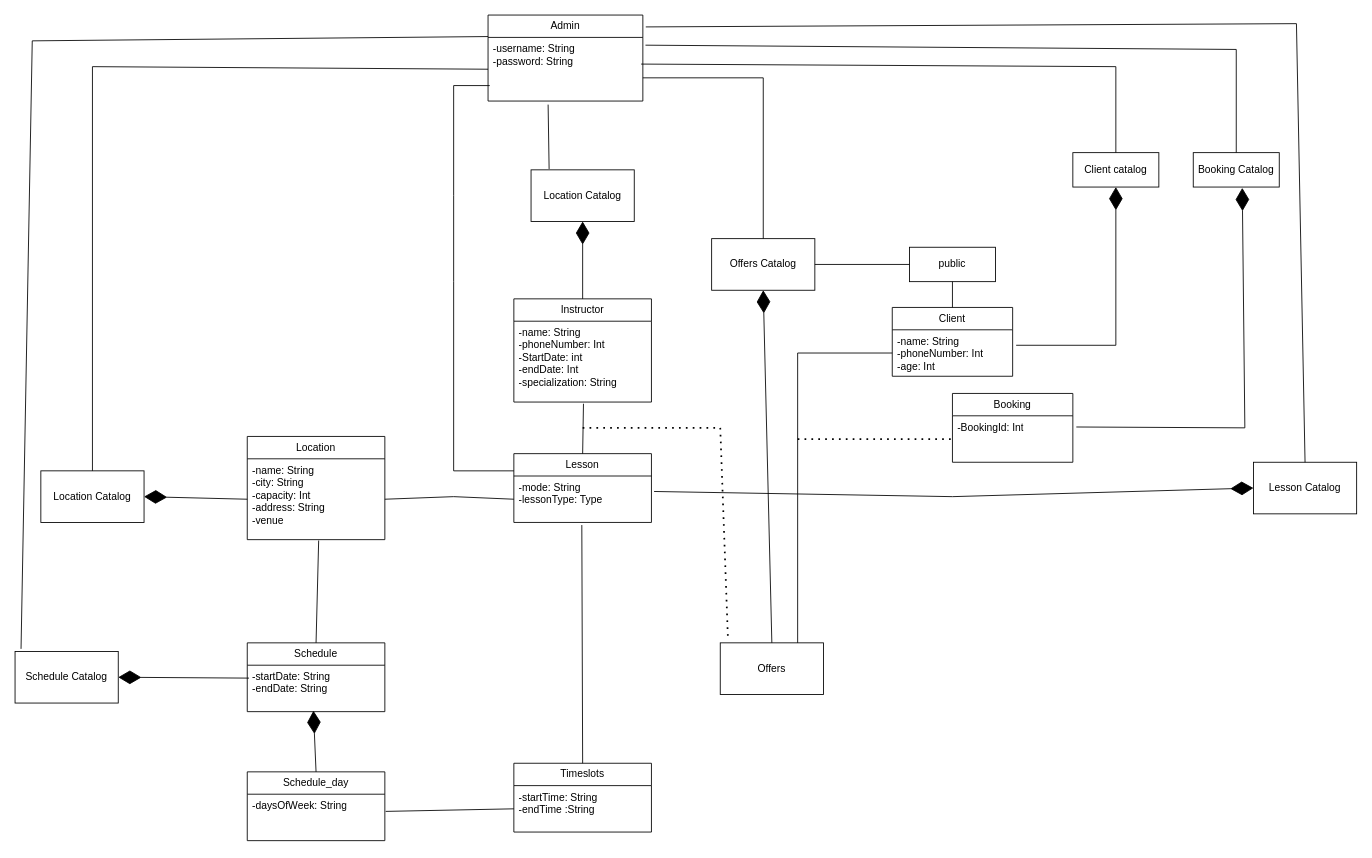
Above: Diagrams/ClassDiagram.drawio in JeremyCrete/Soen342-JeremyCrete-DominicEmond (draw.io), before the change. Source tidied: cells renumbered, new cells numbered last; positions are measured from the earlier drawing's top-left corner, leaving out a move shared by most shapes. Both pictures are drawn from the tidied source at 86%, with x=0, y=0 at pixel (15, 15).
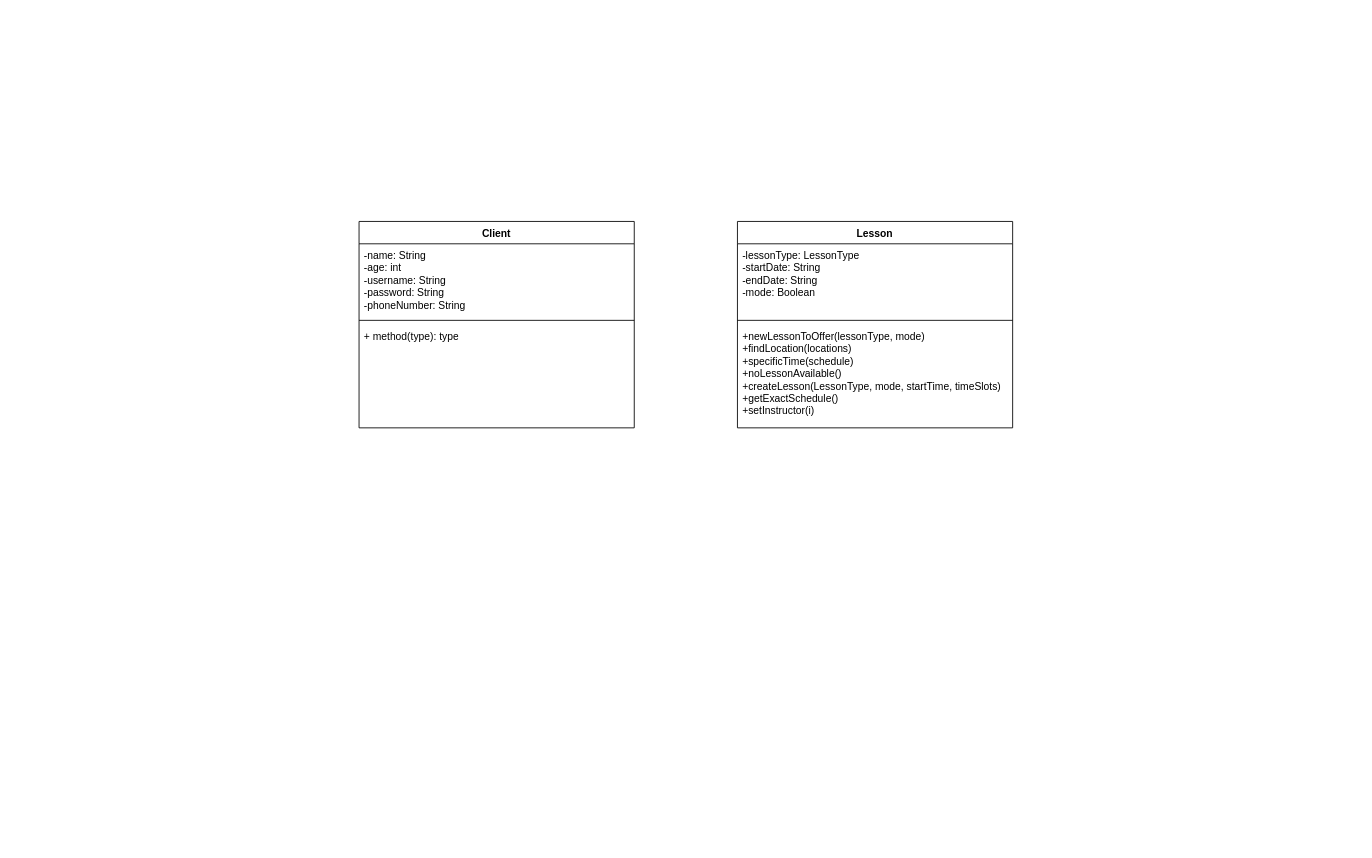
The same page after the edit.

The edit, as a diff of the source:
```diff
@@
-    <mxCell id="2" value="Admin" style="swimlane;fontStyle=0;horizontal=1;startSize=26;fillColor=none;whiteSpace=wrap;html=1;" parent="1" vertex="1">
-      <mxGeometry x="550" width="180" height="100" as="geometry" />
-    </mxCell>
-    <mxCell id="3" value="-username: String&lt;div&gt;-password: String&lt;/div&gt;" style="text;strokeColor=none;fillColor=none;align=left;verticalAlign=top;spacingLeft=4;spacingRight=4;overflow=hidden;points=[[0,0.5],[1,0.5]];portConstraint=eastwest;whiteSpace=wrap;html=1;" parent="2" vertex="1">
-      <mxGeometry y="26" width="180" height="74" as="geometry" />
-    </mxCell>
-    <mxCell id="4" value="Instructor" style="swimlane;fontStyle=0;horizontal=1;startSize=26;fillColor=none;whiteSpace=wrap;html=1;" parent="1" vertex="1">
-      <mxGeometry x="580" y="330" width="160" height="120" as="geometry" />
-    </mxCell>
-    <mxCell id="5" value="-name: String&lt;div&gt;-phoneNumber: Int&lt;/div&gt;&lt;div&gt;-StartDate: int&lt;/div&gt;&lt;div&gt;-endDate: Int&lt;/div&gt;&lt;div&gt;-specialization: String&lt;/div&gt;" style="text;strokeColor=none;fillColor=none;align=left;verticalAlign=top;spacingLeft=4;spacingRight=4;overflow=hidden;points=[[0,0.5],[1,0.5]];portConstraint=eastwest;whiteSpace=wrap;html=1;" parent="4" vertex="1">
-      <mxGeometry y="26" width="160" height="94" as="geometry" />
-    </mxCell>
+    <mxCell id="32" value="Client" style="swimlane;fontStyle=1;align=center;verticalAlign=top;horizontal=1;startSize=26;whiteSpace=wrap;html=1;" parent="1" vertex="1">
+      <mxGeometry x="400" y="240" width="320" height="240" as="geometry" />
+    </mxCell>
+    <mxCell id="55" value="-name: String&lt;div&gt;-age: int&lt;/div&gt;&lt;div&gt;-username: String&lt;/div&gt;&lt;div&gt;-password: String&lt;/div&gt;&lt;div&gt;-phoneNumber: String&lt;/div&gt;" style="text;strokeColor=none;fillColor=none;align=left;verticalAlign=top;spacingLeft=4;spacingRight=4;overflow=hidden;whiteSpace=wrap;html=1;" parent="32" vertex="1">
+      <mxGeometry y="26" width="320" height="84" as="geometry" />
+    </mxCell>
+    <mxCell id="56" style="line;strokeWidth=1;fillColor=none;align=left;verticalAlign=middle;spacingTop=-1;spacingLeft=3;spacingRight=3;labelPosition=right;strokeColor=inherit;" parent="32" vertex="1">
+      <mxGeometry y="110" width="320" height="10" as="geometry" />
+    </mxCell>
+    <mxCell id="57" value="+ method(type): type" style="text;strokeColor=none;fillColor=none;align=left;verticalAlign=top;spacingLeft=4;spacingRight=4;overflow=hidden;whiteSpace=wrap;html=1;" parent="32" vertex="1">
+      <mxGeometry y="120" width="320" height="120" as="geometry" />
+    </mxCell>
-    <mxCell id="6" value="Lesson" style="swimlane;fontStyle=0;horizontal=1;startSize=26;fillColor=none;whiteSpace=wrap;html=1;" parent="1" vertex="1">
-      <mxGeometry x="580" y="510" width="160" height="80" as="geometry" />
+    <mxCell id="6" value="Lesson" style="swimlane;fontStyle=1;align=center;verticalAlign=top;horizontal=1;startSize=26;whiteSpace=wrap;html=1;" parent="1" vertex="1">
+      <mxGeometry x="840" y="240" width="320" height="240" as="geometry" />
     </mxCell>
-    <mxCell id="7" value="-mode: String&lt;div&gt;-lessonType: Type&lt;/div&gt;" style="text;strokeColor=none;fillColor=none;align=left;verticalAlign=top;spacingLeft=4;spacingRight=4;overflow=hidden;points=[[0,0.5],[1,0.5]];portConstraint=eastwest;whiteSpace=wrap;html=1;" parent="6" vertex="1">
-      <mxGeometry y="26" width="160" height="54" as="geometry" />
-    </mxCell>
-    <mxCell id="8" value="Location" style="swimlane;fontStyle=0;horizontal=1;startSize=26;fillColor=none;whiteSpace=wrap;html=1;" parent="1" vertex="1">
-      <mxGeometry x="270" y="490" width="160" height="120" as="geometry" />
-    </mxCell>
-    <mxCell id="9" value="-name: String&lt;div&gt;-city: String&lt;/div&gt;&lt;div&gt;-capacity: Int&lt;/div&gt;&lt;div&gt;-address: String&lt;/div&gt;&lt;div&gt;-venue&lt;/div&gt;" style="text;strokeColor=none;fillColor=none;align=left;verticalAlign=top;spacingLeft=4;spacingRight=4;overflow=hidden;points=[[0,0.5],[1,0.5]];portConstraint=eastwest;whiteSpace=wrap;html=1;" parent="8" vertex="1">
-      <mxGeometry y="26" width="160" height="94" as="geometry" />
-    </mxCell>
-    <mxCell id="10" value="Schedule" style="swimlane;fontStyle=0;horizontal=1;startSize=26;fillColor=none;whiteSpace=wrap;html=1;" parent="1" vertex="1">
-      <mxGeometry x="270" y="730" width="160" height="80" as="geometry" />
-    </mxCell>
-    <mxCell id="11" value="-startDate: String&lt;div&gt;-endDate: String&lt;/div&gt;" style="text;strokeColor=none;fillColor=none;align=left;verticalAlign=top;spacingLeft=4;spacingRight=4;overflow=hidden;points=[[0,0.5],[1,0.5]];portConstraint=eastwest;whiteSpace=wrap;html=1;" parent="10" vertex="1">
-      <mxGeometry y="26" width="160" height="54" as="geometry" />
-    </mxCell>
-    <mxCell id="12" value="Schedule Catalog" style="rounded=0;whiteSpace=wrap;html=1;" parent="1" vertex="1">
-      <mxGeometry y="740" width="120" height="60" as="geometry" />
-    </mxCell>
-    <mxCell id="13" value="Schedule_day" style="swimlane;fontStyle=0;horizontal=1;startSize=26;fillColor=none;whiteSpace=wrap;html=1;" parent="1" vertex="1">
-      <mxGeometry x="270" y="880" width="160" height="80" as="geometry" />
-    </mxCell>
-    <mxCell id="14" value="-daysOfWeek: String" style="text;strokeColor=none;fillColor=none;align=left;verticalAlign=top;spacingLeft=4;spacingRight=4;overflow=hidden;points=[[0,0.5],[1,0.5]];portConstraint=eastwest;whiteSpace=wrap;html=1;" parent="13" vertex="1">
-      <mxGeometry y="26" width="160" height="54" as="geometry" />
-    </mxCell>
-    <mxCell id="15" value="Timeslots" style="swimlane;fontStyle=0;horizontal=1;startSize=26;fillColor=none;whiteSpace=wrap;html=1;" parent="1" vertex="1">
-      <mxGeometry x="580" y="870" width="160" height="80" as="geometry" />
-    </mxCell>
-    <mxCell id="16" value="-startTime: String&lt;div&gt;-endTime :String&lt;/div&gt;" style="text;strokeColor=none;fillColor=none;align=left;verticalAlign=top;spacingLeft=4;spacingRight=4;overflow=hidden;points=[[0,0.5],[1,0.5]];portConstraint=eastwest;whiteSpace=wrap;html=1;" parent="15" vertex="1">
-      <mxGeometry y="26" width="160" height="54" as="geometry" />
-    </mxCell>
-    <mxCell id="17" value="Location Catalog" style="rounded=0;whiteSpace=wrap;html=1;" parent="1" vertex="1">
-      <mxGeometry x="30" y="530" width="120" height="60" as="geometry" />
-    </mxCell>
-    <mxCell id="18" style="endArrow=none;html=1;rounded=0;entryX=0;entryY=0.5;entryDx=0;entryDy=0;exitX=0.5;exitY=0;exitDx=0;exitDy=0;" parent="1" edge="1" source="17" target="3">
-      <mxGeometry relative="1" as="geometry">
-        <Array as="points">
-          <mxPoint x="90" y="60" />
-        </Array>
-      </mxGeometry>
-    </mxCell>
-    <mxCell id="19" style="endArrow=diamondThin;endFill=1;endSize=24;html=1;rounded=0;entryX=1;entryY=0.5;entryDx=0;entryDy=0;exitX=0;exitY=0.5;exitDx=0;exitDy=0;" parent="1" edge="1" source="9" target="17">
-      <mxGeometry relative="1" as="geometry" />
-    </mxCell>
-    <mxCell id="20" style="endArrow=none;html=1;rounded=0;entryX=0.519;entryY=1.011;entryDx=0;entryDy=0;entryPerimeter=0;exitX=0.5;exitY=0;exitDx=0;exitDy=0;" parent="1" edge="1" source="10" target="9">
-      <mxGeometry relative="1" as="geometry" />
-    </mxCell>
-    <mxCell id="21" style="endArrow=none;html=1;rounded=0;exitX=0.058;exitY=-0.05;exitDx=0;exitDy=0;exitPerimeter=0;entryX=0;entryY=0.25;entryDx=0;entryDy=0;" parent="1" edge="1" source="12" target="2">
-      <mxGeometry relative="1" as="geometry">
-        <Array as="points">
-          <mxPoint x="20" y="30" />
-        </Array>
-      </mxGeometry>
-    </mxCell>
-    <mxCell id="22" style="endArrow=diamondThin;endFill=1;endSize=24;html=1;rounded=0;entryX=1;entryY=0.5;entryDx=0;entryDy=0;exitX=0.013;exitY=0.278;exitDx=0;exitDy=0;exitPerimeter=0;" parent="1" edge="1" source="11" target="12">
-      <mxGeometry relative="1" as="geometry" />
-    </mxCell>
-    <mxCell id="23" value="Lesson Catalog" style="rounded=0;whiteSpace=wrap;html=1;" parent="1" vertex="1">
-      <mxGeometry x="1440" y="520" width="120" height="60" as="geometry" />
-    </mxCell>
-    <mxCell id="24" style="endArrow=none;html=1;rounded=0;entryX=0;entryY=0.5;entryDx=0;entryDy=0;exitX=1;exitY=0.5;exitDx=0;exitDy=0;" parent="1" edge="1" source="9" target="7">
-      <mxGeometry relative="1" as="geometry">
-        <Array as="points">
-          <mxPoint x="510" y="560" />
-        </Array>
-      </mxGeometry>
-    </mxCell>
-    <mxCell id="25" value="Offers" style="rounded=0;whiteSpace=wrap;html=1;" parent="1" vertex="1">
-      <mxGeometry x="820" y="730" width="120" height="60" as="geometry" />
-    </mxCell>
-    <mxCell id="26" value="Offers Catalog" style="rounded=0;whiteSpace=wrap;html=1;" parent="1" vertex="1">
-      <mxGeometry x="810" y="260" width="120" height="60" as="geometry" />
-    </mxCell>
-    <mxCell id="27" style="endArrow=none;dashed=1;html=1;dashPattern=1 3;strokeWidth=2;rounded=0;entryX=0.075;entryY=-0.05;entryDx=0;entryDy=0;entryPerimeter=0;" parent="1" edge="1" target="25">
-      <mxGeometry relative="1" as="geometry">
-        <mxPoint x="660" y="480" as="sourcePoint" />
-        <Array as="points">
-          <mxPoint x="820" y="480" />
-        </Array>
-      </mxGeometry>
-    </mxCell>
-    <mxCell id="28" style="endArrow=diamondThin;endFill=1;endSize=24;html=1;rounded=0;entryX=0.5;entryY=1;entryDx=0;entryDy=0;exitX=0.5;exitY=0;exitDx=0;exitDy=0;" parent="1" edge="1" source="25" target="26">
-      <mxGeometry relative="1" as="geometry" />
-    </mxCell>
-    <mxCell id="29" style="endArrow=none;html=1;rounded=0;" parent="1" edge="1">
-      <mxGeometry relative="1" as="geometry">
-        <mxPoint x="870" y="260" as="sourcePoint" />
-        <mxPoint x="730" y="73" as="targetPoint" />
-        <Array as="points">
-          <mxPoint x="870" y="73" />
-        </Array>
-      </mxGeometry>
-    </mxCell>
-    <mxCell id="30" style="endArrow=none;html=1;rounded=0;exitX=0.5;exitY=0;exitDx=0;exitDy=0;entryX=1.019;entryY=0.138;entryDx=0;entryDy=0;entryPerimeter=0;" parent="1" edge="1" source="23" target="2">
-      <mxGeometry relative="1" as="geometry">
-        <Array as="points">
-          <mxPoint x="1490" y="10" />
-        </Array>
-      </mxGeometry>
-    </mxCell>
-    <mxCell id="31" style="endArrow=none;html=1;rounded=0;entryX=0.506;entryY=1.021;entryDx=0;entryDy=0;entryPerimeter=0;exitX=0.5;exitY=0;exitDx=0;exitDy=0;" parent="1" edge="1" source="6" target="5">
-      <mxGeometry relative="1" as="geometry" />
-    </mxCell>
-    <mxCell id="32" value="Client" style="swimlane;fontStyle=0;horizontal=1;startSize=26;fillColor=none;whiteSpace=wrap;html=1;" parent="1" vertex="1">
-      <mxGeometry x="1020" y="340" width="140" height="80" as="geometry" />
-    </mxCell>
-    <mxCell id="33" value="-name: String&lt;div&gt;-phoneNumber: Int&lt;/div&gt;&lt;div&gt;-age: Int&lt;/div&gt;" style="text;strokeColor=none;fillColor=none;align=left;verticalAlign=top;spacingLeft=4;spacingRight=4;overflow=hidden;points=[[0,0.5],[1,0.5]];portConstraint=eastwest;whiteSpace=wrap;html=1;" parent="32" vertex="1">
-      <mxGeometry y="26" width="140" height="54" as="geometry" />
-    </mxCell>
-    <mxCell id="34" style="endArrow=none;html=1;rounded=0;exitX=1.006;exitY=0.37;exitDx=0;exitDy=0;exitPerimeter=0;entryX=0;entryY=0.5;entryDx=0;entryDy=0;" parent="1" edge="1" source="14" target="16">
-      <mxGeometry relative="1" as="geometry" />
-    </mxCell>
-    <mxCell id="35" style="endArrow=none;html=1;rounded=0;exitX=0.5;exitY=0;exitDx=0;exitDy=0;entryX=0.494;entryY=1.056;entryDx=0;entryDy=0;entryPerimeter=0;" parent="1" edge="1" source="15" target="7">
-      <mxGeometry relative="1" as="geometry" />
-    </mxCell>
-    <mxCell id="36" style="endArrow=diamondThin;endFill=1;endSize=24;html=1;rounded=0;exitX=0.5;exitY=0;exitDx=0;exitDy=0;entryX=0.481;entryY=0.981;entryDx=0;entryDy=0;entryPerimeter=0;" parent="1" edge="1" source="13" target="11">
-      <mxGeometry relative="1" as="geometry" />
-    </mxCell>
-    <mxCell id="37" value="Location Catalog" style="rounded=0;whiteSpace=wrap;html=1;" parent="1" vertex="1">
-      <mxGeometry x="600" y="180" width="120" height="60" as="geometry" />
-    </mxCell>
-    <mxCell id="38" style="endArrow=diamondThin;endFill=1;endSize=24;html=1;rounded=0;entryX=0.5;entryY=1;entryDx=0;entryDy=0;exitX=0.5;exitY=0;exitDx=0;exitDy=0;" parent="1" edge="1" source="4" target="37">
-      <mxGeometry relative="1" as="geometry" />
-    </mxCell>
-    <mxCell id="39" style="endArrow=none;html=1;rounded=0;entryX=0.388;entryY=1.056;entryDx=0;entryDy=0;entryPerimeter=0;exitX=0.175;exitY=-0.017;exitDx=0;exitDy=0;exitPerimeter=0;" parent="1" edge="1" source="37" target="3">
-      <mxGeometry relative="1" as="geometry" />
-    </mxCell>
-    <mxCell id="40" style="endArrow=none;html=1;rounded=0;entryX=0;entryY=0.25;entryDx=0;entryDy=0;exitX=0.011;exitY=0.757;exitDx=0;exitDy=0;exitPerimeter=0;" parent="1" edge="1" source="3" target="6">
-      <mxGeometry relative="1" as="geometry">
-        <Array as="points">
-          <mxPoint x="510" y="82" />
-          <mxPoint x="510" y="210" />
-          <mxPoint x="510" y="310" />
-          <mxPoint x="510" y="530" />
-        </Array>
-      </mxGeometry>
-    </mxCell>
-    <mxCell id="41" value="Client catalog" style="rounded=0;whiteSpace=wrap;html=1;" parent="1" vertex="1">
-      <mxGeometry x="1230" y="160" width="100" height="40" as="geometry" />
-    </mxCell>
-    <mxCell id="42" value="public" style="rounded=0;whiteSpace=wrap;html=1;" parent="1" vertex="1">
-      <mxGeometry x="1040" y="270" width="100" height="40" as="geometry" />
-    </mxCell>
-    <mxCell id="43" style="endArrow=none;html=1;rounded=0;exitX=0.75;exitY=0;exitDx=0;exitDy=0;entryX=0;entryY=0.5;entryDx=0;entryDy=0;" parent="1" edge="1" source="25" target="33">
-      <mxGeometry relative="1" as="geometry">
-        <Array as="points">
-          <mxPoint x="910" y="393" />
-        </Array>
-      </mxGeometry>
-    </mxCell>
-    <mxCell id="44" value="Booking Catalog" style="rounded=0;whiteSpace=wrap;html=1;" parent="1" vertex="1">
-      <mxGeometry x="1370" y="160" width="100" height="40" as="geometry" />
-    </mxCell>
-    <mxCell id="45" value="Booking" style="swimlane;fontStyle=0;horizontal=1;startSize=26;fillColor=none;whiteSpace=wrap;html=1;" parent="1" vertex="1">
-      <mxGeometry x="1090" y="440" width="140" height="80" as="geometry" />
-    </mxCell>
-    <mxCell id="46" value="-BookingId: Int" style="text;strokeColor=none;fillColor=none;align=left;verticalAlign=top;spacingLeft=4;spacingRight=4;overflow=hidden;points=[[0,0.5],[1,0.5]];portConstraint=eastwest;whiteSpace=wrap;html=1;" parent="45" vertex="1">
-      <mxGeometry y="26" width="140" height="54" as="geometry" />
-    </mxCell>
-    <mxCell id="47" style="endArrow=none;html=1;rounded=0;entryX=0;entryY=0.5;entryDx=0;entryDy=0;exitX=1;exitY=0.5;exitDx=0;exitDy=0;" parent="1" edge="1" source="26" target="42">
-      <mxGeometry relative="1" as="geometry" />
-    </mxCell>
-    <mxCell id="48" style="endArrow=none;html=1;rounded=0;entryX=0.5;entryY=0;entryDx=0;entryDy=0;exitX=0.5;exitY=1;exitDx=0;exitDy=0;" parent="1" edge="1" source="42" target="32">
-      <mxGeometry relative="1" as="geometry" />
-    </mxCell>
-    <mxCell id="49" style="endArrow=diamondThin;endFill=1;endSize=24;html=1;rounded=0;entryX=0.5;entryY=1;entryDx=0;entryDy=0;exitX=1.029;exitY=0.333;exitDx=0;exitDy=0;exitPerimeter=0;" parent="1" edge="1" source="33" target="41">
-      <mxGeometry relative="1" as="geometry">
-        <Array as="points">
-          <mxPoint x="1280" y="384" />
-        </Array>
-      </mxGeometry>
-    </mxCell>
-    <mxCell id="50" style="endArrow=none;html=1;rounded=0;exitX=0.989;exitY=0.419;exitDx=0;exitDy=0;exitPerimeter=0;entryX=0.5;entryY=0;entryDx=0;entryDy=0;" parent="1" edge="1" source="3" target="41">
-      <mxGeometry relative="1" as="geometry">
-        <Array as="points">
-          <mxPoint x="1280" y="60" />
-        </Array>
-      </mxGeometry>
-    </mxCell>
-    <mxCell id="51" style="endArrow=none;dashed=1;html=1;dashPattern=1 3;strokeWidth=2;rounded=0;entryX=0;entryY=0.5;entryDx=0;entryDy=0;" parent="1" edge="1" target="46">
-      <mxGeometry relative="1" as="geometry">
-        <mxPoint x="910" y="493" as="sourcePoint" />
-      </mxGeometry>
-    </mxCell>
-    <mxCell id="52" style="endArrow=none;html=1;rounded=0;exitX=1.017;exitY=0.122;exitDx=0;exitDy=0;exitPerimeter=0;entryX=0.5;entryY=0;entryDx=0;entryDy=0;" parent="1" edge="1" source="3" target="44">
-      <mxGeometry relative="1" as="geometry">
-        <Array as="points">
-          <mxPoint x="1420" y="40" />
-        </Array>
-      </mxGeometry>
-    </mxCell>
-    <mxCell id="53" style="endArrow=diamondThin;endFill=1;endSize=24;html=1;rounded=0;exitX=1.029;exitY=0.241;exitDx=0;exitDy=0;exitPerimeter=0;entryX=0.57;entryY=1.025;entryDx=0;entryDy=0;entryPerimeter=0;" parent="1" edge="1" source="46" target="44">
-      <mxGeometry relative="1" as="geometry">
-        <Array as="points">
-          <mxPoint x="1430" y="480" />
-        </Array>
-      </mxGeometry>
-    </mxCell>
-    <mxCell id="54" style="endArrow=diamondThin;endFill=1;endSize=24;html=1;rounded=0;exitX=1.019;exitY=0.333;exitDx=0;exitDy=0;exitPerimeter=0;entryX=0;entryY=0.5;entryDx=0;entryDy=0;" parent="1" edge="1" source="7" target="23">
-      <mxGeometry relative="1" as="geometry">
-        <Array as="points">
-          <mxPoint x="1090" y="560" />
-        </Array>
-      </mxGeometry>
-    </mxCell>
+    <mxCell id="58" value="-lessonType: LessonType&lt;div&gt;-startDate: String&lt;/div&gt;&lt;div&gt;-endDate: String&lt;br&gt;&lt;div&gt;-mode: Boolean&lt;/div&gt;&lt;/div&gt;" style="text;strokeColor=none;fillColor=none;align=left;verticalAlign=top;spacingLeft=4;spacingRight=4;overflow=hidden;whiteSpace=wrap;html=1;" parent="6" vertex="1">
+      <mxGeometry y="26" width="320" height="84" as="geometry" />
+    </mxCell>
+    <mxCell id="59" style="line;strokeWidth=1;fillColor=none;align=left;verticalAlign=middle;spacingTop=-1;spacingLeft=3;spacingRight=3;labelPosition=right;strokeColor=inherit;" parent="6" vertex="1">
+      <mxGeometry y="110" width="320" height="10" as="geometry" />
+    </mxCell>
+    <mxCell id="60" value="+newLessonToOffer(lessonType, mode)&lt;div&gt;+findLocation(locations)&lt;/div&gt;&lt;div&gt;+specificTime(schedule)&lt;/div&gt;&lt;div&gt;+noLessonAvailable()&lt;/div&gt;&lt;div&gt;+createLesson(LessonType, mode, startTime, timeSlots)&lt;/div&gt;&lt;div&gt;+getExactSchedule()&lt;/div&gt;&lt;div&gt;+setInstructor(i)&lt;/div&gt;" style="text;strokeColor=none;fillColor=none;align=left;verticalAlign=top;spacingLeft=4;spacingRight=4;overflow=hidden;whiteSpace=wrap;html=1;" parent="6" vertex="1">
+      <mxGeometry y="120" width="320" height="120" as="geometry" />
+    </mxCell>
```
